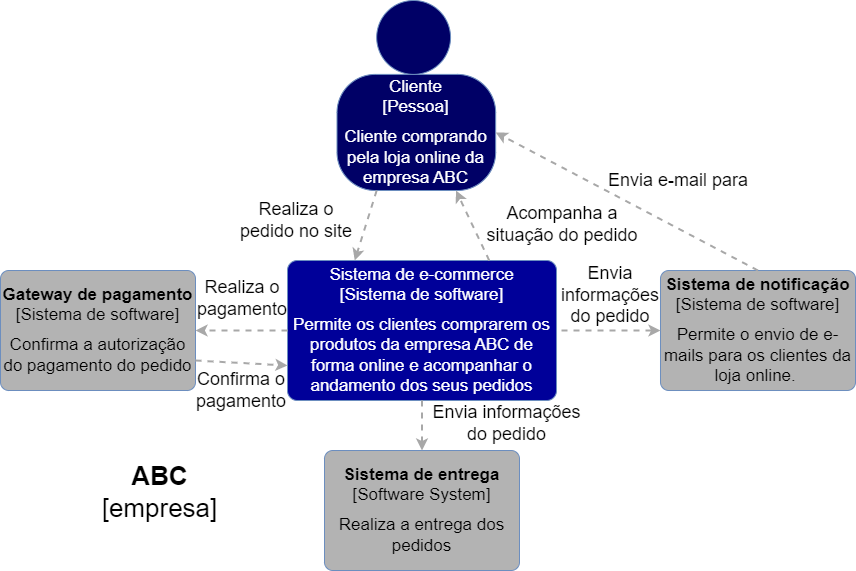
Earlier version of the draw.io export cap10/imagens/diagrama-contexto-sistema.png (rpicanco/livro-eda). Source tidied: cells renumbered, new cells last; positions are measured from the earlier drawing's top-left corner, leaving out a move shared by most shapes.
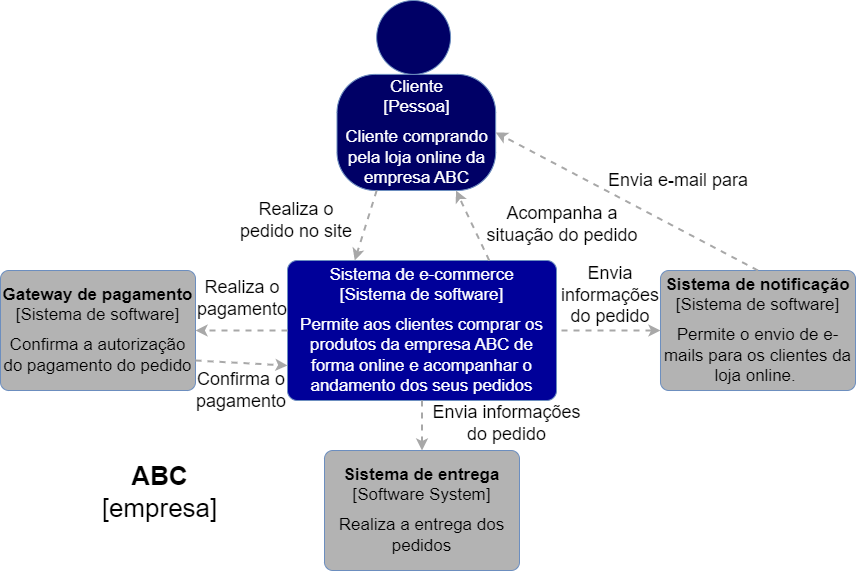
Later version of the same file.

What changed in the source:
```diff
@@ -2,7 +2,7 @@
   <root>
     <mxCell id="0" />
     <mxCell id="1" parent="0" />
-    <object id="2" label="&lt;font style=&quot;font-size: 17px;&quot; color=&quot;#ffffff&quot;&gt;Sistema de e-commerce&lt;/font&gt;&lt;div style=&quot;font-size: 17px;&quot;&gt;&lt;font color=&quot;#ffffff&quot; style=&quot;font-size: 17px;&quot;&gt;[Sistema de software]&lt;/font&gt;&lt;/div&gt;&lt;div style=&quot;font-size: 8px;&quot;&gt;&lt;font color=&quot;#ffffff&quot; style=&quot;font-size: 8px;&quot;&gt;&lt;br&gt;&lt;/font&gt;&lt;/div&gt;&lt;div style=&quot;font-size: 17px;&quot;&gt;&lt;font color=&quot;#ffffff&quot; style=&quot;font-size: 17px;&quot;&gt;Permite os clientes comprarem os produtos da empresa ABC de forma online e acompanhar o andamento dos seus pedidos&lt;/font&gt;&lt;br&gt;&lt;/div&gt;" c4Description="Beschreibung" c4Name="name" c4Type="SoftwareSystem" placeholders="1">
+    <object id="2" label="&lt;font style=&quot;font-size: 17px;&quot; color=&quot;#ffffff&quot;&gt;Sistema de e-commerce&lt;/font&gt;&lt;div style=&quot;font-size: 17px;&quot;&gt;&lt;font color=&quot;#ffffff&quot; style=&quot;font-size: 17px;&quot;&gt;[Sistema de software]&lt;/font&gt;&lt;/div&gt;&lt;div style=&quot;font-size: 8px;&quot;&gt;&lt;font color=&quot;#ffffff&quot; style=&quot;font-size: 8px;&quot;&gt;&lt;br&gt;&lt;/font&gt;&lt;/div&gt;&lt;div style=&quot;font-size: 17px;&quot;&gt;&lt;font color=&quot;#ffffff&quot; style=&quot;font-size: 17px;&quot;&gt;Permite aos clientes comprar os produtos da empresa ABC de forma online e acompanhar o andamento dos seus pedidos&lt;/font&gt;&lt;br&gt;&lt;/div&gt;" c4Description="Beschreibung" c4Name="name" c4Type="SoftwareSystem" placeholders="1">
       <mxCell style="rounded=1;whiteSpace=wrap;html=1;labelBackgroundColor=none;fillColor=#000099;fontColor=#000000;align=center;arcSize=7;strokeColor=#6c8ebf;" parent="1" vertex="1">
         <mxGeometry x="287" y="260" width="269" height="140" as="geometry" />
       </mxCell>
```
